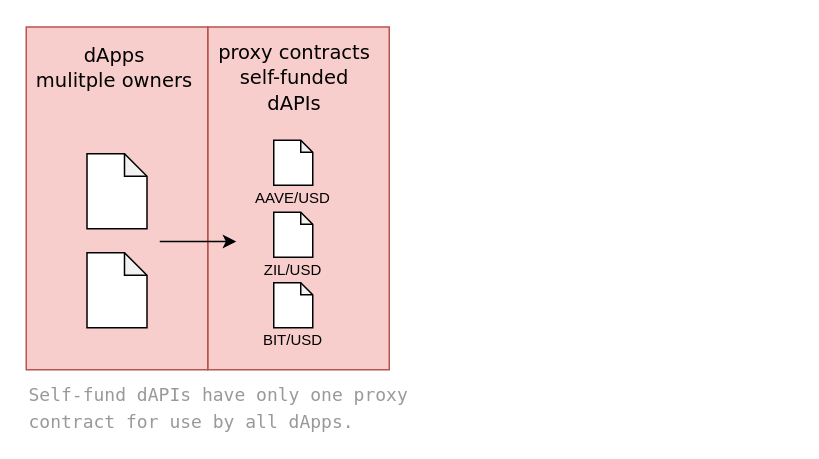
The draw.io diagram docs/reference/dapis/assets/diagrams/proxy-self-funded.drawio in api3dao/vitepress-docs, before the edit. Source tidied: cells renumbered, new cells numbered last; positions are measured from the earlier drawing's top-left corner, leaving out a move shared by most shapes. Both pictures are drawn from the tidied source at 150%, with x=0, y=0 at pixel (26, 27).
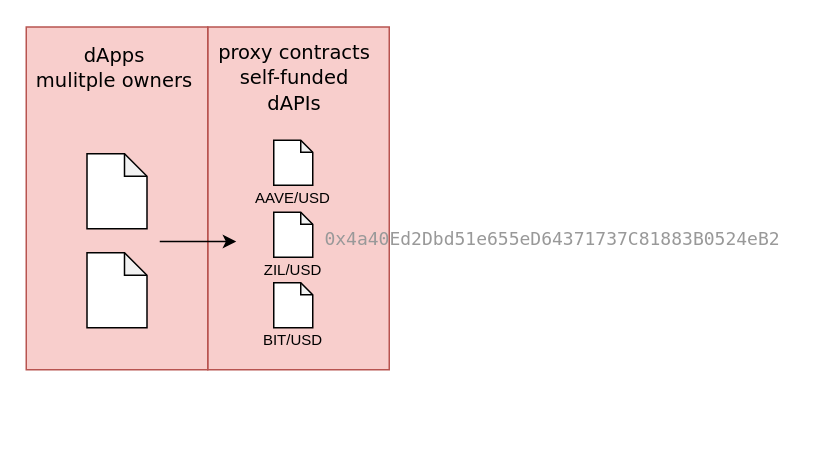
The same diagram, later.

Diff of the diagram source:
```diff
@@
 <mxGraphModel>
   <root>
     <mxCell id="0" />
     <mxCell id="1" parent="0" />
     <mxCell id="2" style="rounded=0;whiteSpace=wrap;html=1;shadow=0;fillColor=#f8cecc;strokeColor=#b85450;" parent="1" vertex="1">
       <mxGeometry x="121" y="-0.5" width="121" height="228.5" as="geometry" />
     </mxCell>
     <mxCell id="3" value="&lt;font face=&quot;Verdana&quot; style=&quot;font-size: 13px&quot;&gt;proxy contracts&lt;br&gt;self-funded dAPIs&lt;br&gt;&lt;/font&gt;" style="text;html=1;strokeColor=none;fillColor=none;align=center;verticalAlign=middle;whiteSpace=wrap;rounded=0;shadow=1;fontSize=14;" parent="1" vertex="1">
       <mxGeometry x="124" y="17.9" width="110" height="30" as="geometry" />
     </mxCell>
     <mxCell id="4" style="shape=note;whiteSpace=wrap;html=1;backgroundOutline=1;darkOpacity=0.05;size=8;" parent="1" vertex="1">
       <mxGeometry x="165" y="75" width="26" height="30" as="geometry" />
     </mxCell>
     <mxCell id="5" style="shape=note;whiteSpace=wrap;html=1;backgroundOutline=1;darkOpacity=0.05;size=8;" parent="1" vertex="1">
       <mxGeometry x="165" y="123" width="26" height="30" as="geometry" />
     </mxCell>
     <mxCell id="6" style="shape=note;whiteSpace=wrap;html=1;backgroundOutline=1;darkOpacity=0.05;size=8;" parent="1" vertex="1">
       <mxGeometry x="165" y="170" width="26" height="30" as="geometry" />
     </mxCell>
     <mxCell id="7" value="&lt;font style=&quot;font-size: 10px;&quot;&gt;AAVE/USD&lt;/font&gt;" style="text;html=1;strokeColor=none;fillColor=none;align=center;verticalAlign=middle;whiteSpace=wrap;rounded=0;fontSize=7;" parent="1" vertex="1">
       <mxGeometry x="148" y="98.2" width="60" height="30" as="geometry" />
     </mxCell>
     <mxCell id="8" value="&lt;font style=&quot;font-size: 10px;&quot;&gt;ZIL/USD&lt;/font&gt;" style="text;html=1;strokeColor=none;fillColor=none;align=center;verticalAlign=middle;whiteSpace=wrap;rounded=0;fontSize=7;" parent="1" vertex="1">
       <mxGeometry x="148" y="146" width="60" height="30" as="geometry" />
     </mxCell>
     <mxCell id="9" value="&lt;font style=&quot;font-size: 10px;&quot;&gt;BIT/USD&lt;/font&gt;" style="text;html=1;strokeColor=none;fillColor=none;align=center;verticalAlign=middle;whiteSpace=wrap;rounded=0;fontSize=7;" parent="1" vertex="1">
       <mxGeometry x="148" y="193" width="60" height="30" as="geometry" />
     </mxCell>
     <mxCell id="10" style="rounded=0;whiteSpace=wrap;html=1;shadow=0;fillColor=#f8cecc;strokeColor=#b85450;" parent="1" vertex="1">
       <mxGeometry y="-0.5" width="121" height="228.5" as="geometry" />
     </mxCell>
     <mxCell id="11" value="&lt;font face=&quot;Verdana&quot; style=&quot;font-size: 13px&quot;&gt;dApps&lt;br&gt;mulitple owners&lt;br&gt;&lt;/font&gt;" style="text;html=1;strokeColor=none;fillColor=none;align=center;verticalAlign=middle;whiteSpace=wrap;rounded=0;shadow=1;fontSize=14;" parent="1" vertex="1">
       <mxGeometry x="4" y="10.9" width="109.5" height="30" as="geometry" />
     </mxCell>
     <mxCell id="12" style="shape=note;whiteSpace=wrap;html=1;backgroundOutline=1;darkOpacity=0.05;fontSize=10;size=15;" parent="1" vertex="1">
       <mxGeometry x="40.5" y="84" width="40" height="50" as="geometry" />
     </mxCell>
     <mxCell id="13" style="shape=note;whiteSpace=wrap;html=1;backgroundOutline=1;darkOpacity=0.05;fontSize=10;size=15;" parent="1" vertex="1">
       <mxGeometry x="40.5" y="150" width="40" height="50" as="geometry" />
     </mxCell>
     <mxCell id="14" style="endArrow=none;startArrow=classic;html=1;rounded=0;fontSize=11;endFill=0;" parent="1" edge="1">
       <mxGeometry relative="1" as="geometry">
         <mxPoint x="140" y="142.5" as="sourcePoint" />
         <mxPoint x="89" y="142.5" as="targetPoint" />
       </mxGeometry>
     </mxCell>
-    <mxCell id="15" value="&lt;div style=&quot;font-family: Menlo, Monaco, &amp;quot;Courier New&amp;quot;, monospace; line-height: 18px;&quot;&gt;&lt;span style=&quot;background-color: rgb(255, 255, 255);&quot;&gt;&lt;font color=&quot;#999999&quot;&gt;Self-fund dAPIs have only one proxy contract for use by all dApps.&lt;/font&gt;&lt;/span&gt;&lt;/div&gt;" style="text;html=1;strokeColor=none;fillColor=none;align=left;verticalAlign=middle;whiteSpace=wrap;rounded=0;" parent="1" vertex="1">
-      <mxGeometry y="238" width="270" height="30" as="geometry" />
-    </mxCell>
+    <mxCell id="16" value="&lt;div style=&quot;font-family: Menlo, Monaco, &amp;quot;Courier New&amp;quot;, monospace; line-height: 18px;&quot;&gt;&lt;font color=&quot;#999999&quot;&gt;0x4a40Ed2Dbd51e655eD64371737C81883B0524eB2&lt;/font&gt;&lt;/div&gt;" style="text;html=1;strokeColor=none;fillColor=none;align=center;verticalAlign=middle;whiteSpace=wrap;rounded=0;" parent="1" vertex="1">
+      <mxGeometry x="191" y="125.2" width="320" height="30" as="geometry" />
+    </mxCell>
   </root>
 </mxGraphModel>
```
